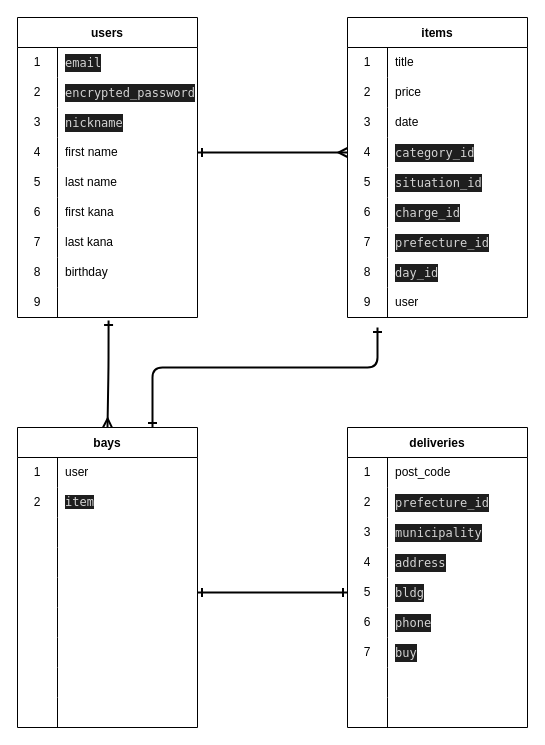
Earlier version of the draw.io diagram datebase.dio (kaito-2327/furima-39234). Source tidied: cells renumbered, new cells numbered last; positions are measured from the earlier drawing's top-left corner, leaving out a move shared by most shapes. Both pictures are drawn from the tidied source at 100%, with x=0, y=0 at pixel (17, 17).
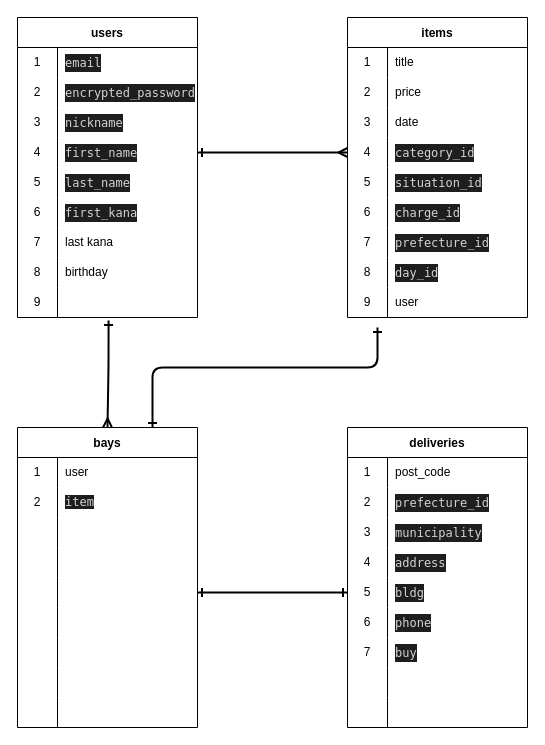
Above is the later version.

Unchanged cells that the change refers to:
```xml
<mxCell id="12" style="shape=tableRow;horizontal=0;startSize=0;swimlaneHead=0;swimlaneBody=0;top=0;left=0;bottom=0;right=0;fillColor=none;points=[[0,0.5],[1,0.5]];portConstraint=eastwest;" parent="2" vertex="1">
  <mxGeometry y="120" width="180" height="30" as="geometry" />
</mxCell>
<mxCell id="15" style="shape=tableRow;horizontal=0;startSize=0;swimlaneHead=0;swimlaneBody=0;top=0;left=0;bottom=0;right=0;fillColor=none;" parent="2" vertex="1">
  <mxGeometry y="150" width="180" height="30" as="geometry" />
</mxCell>
<mxCell id="18" style="shape=tableRow;horizontal=0;startSize=0;swimlaneHead=0;swimlaneBody=0;top=0;left=0;bottom=0;right=0;fillColor=none;" parent="2" vertex="1">
  <mxGeometry y="180" width="180" height="30" as="geometry" />
</mxCell>
```

Change to the diagram source:
```diff
@@
-    <mxCell id="14" value="first name" style="shape=partialRectangle;html=1;whiteSpace=wrap;fillColor=none;top=0;left=0;bottom=0;right=0;align=left;spacingLeft=6;overflow=hidden;" parent="12" vertex="1">
+    <mxCell id="14" value="&lt;div style=&quot;color: rgb(212, 212, 212); background-color: rgb(30, 30, 30); font-family: Menlo, Monaco, &amp;quot;Courier New&amp;quot;, monospace; line-height: 18px;&quot;&gt;first_name&lt;/div&gt;" style="shape=partialRectangle;html=1;whiteSpace=wrap;fillColor=none;top=0;left=0;bottom=0;right=0;align=left;spacingLeft=6;overflow=hidden;" parent="12" vertex="1">
       <mxGeometry x="40" width="140" height="30" as="geometry" />
     </mxCell>
@@
-    <mxCell id="17" value="last name" style="shape=partialRectangle;html=1;whiteSpace=wrap;fillColor=none;top=0;left=0;bottom=0;right=0;align=left;spacingLeft=6;overflow=hidden;" parent="15" vertex="1">
+    <mxCell id="17" value="&lt;div style=&quot;color: rgb(212, 212, 212); background-color: rgb(30, 30, 30); font-family: Menlo, Monaco, &amp;quot;Courier New&amp;quot;, monospace; line-height: 18px;&quot;&gt;last_name&lt;/div&gt;" style="shape=partialRectangle;html=1;whiteSpace=wrap;fillColor=none;top=0;left=0;bottom=0;right=0;align=left;spacingLeft=6;overflow=hidden;" parent="15" vertex="1">
       <mxGeometry x="40" width="140" height="30" as="geometry" />
     </mxCell>
@@
-    <mxCell id="20" value="first kana" style="shape=partialRectangle;html=1;whiteSpace=wrap;fillColor=none;top=0;left=0;bottom=0;right=0;align=left;spacingLeft=6;overflow=hidden;" parent="18" vertex="1">
+    <mxCell id="20" value="&lt;div style=&quot;color: rgb(212, 212, 212); background-color: rgb(30, 30, 30); font-family: Menlo, Monaco, &amp;quot;Courier New&amp;quot;, monospace; line-height: 18px;&quot;&gt;first_kana&lt;/div&gt;" style="shape=partialRectangle;html=1;whiteSpace=wrap;fillColor=none;top=0;left=0;bottom=0;right=0;align=left;spacingLeft=6;overflow=hidden;" parent="18" vertex="1">
       <mxGeometry x="40" width="140" height="30" as="geometry" />
     </mxCell>
```
